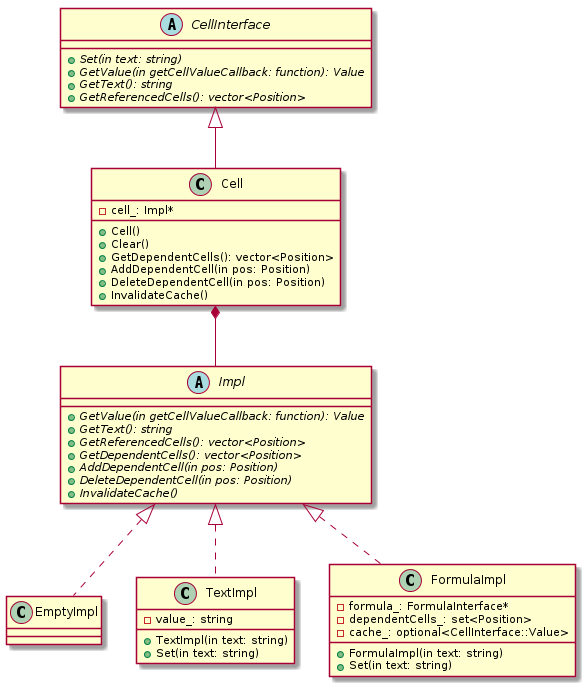
The PlantUML diagram uml/png/cell.png in kazarynau/YandexPraktikumFinal, before a commit.
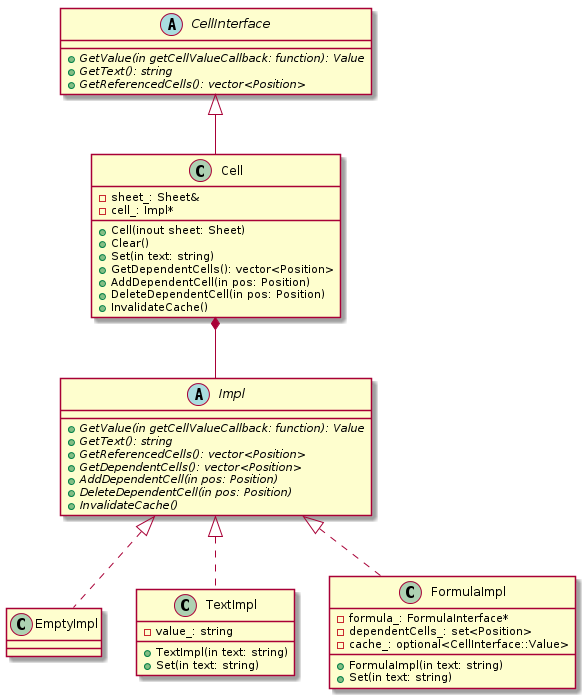
After the change.

What changed in the source:
```diff
@@ -33,19 +33,20 @@
 
 
 abstract class CellInterface {
-    +{abstract} Set(in text: string)
     +{abstract} GetValue(in getCellValueCallback: function): Value
     +{abstract} GetText(): string
     +{abstract} GetReferencedCells(): vector<Position>
 }
 
 class Cell {
-    +Cell()
+    +Cell(inout sheet: Sheet)
     +Clear()
+    +Set(in text: string)
     +GetDependentCells(): vector<Position>
     +AddDependentCell(in pos: Position)
     +DeleteDependentCell(in pos: Position)
     +InvalidateCache()
+    -sheet_: Sheet&
     -cell_: Impl*
 }
 
```
